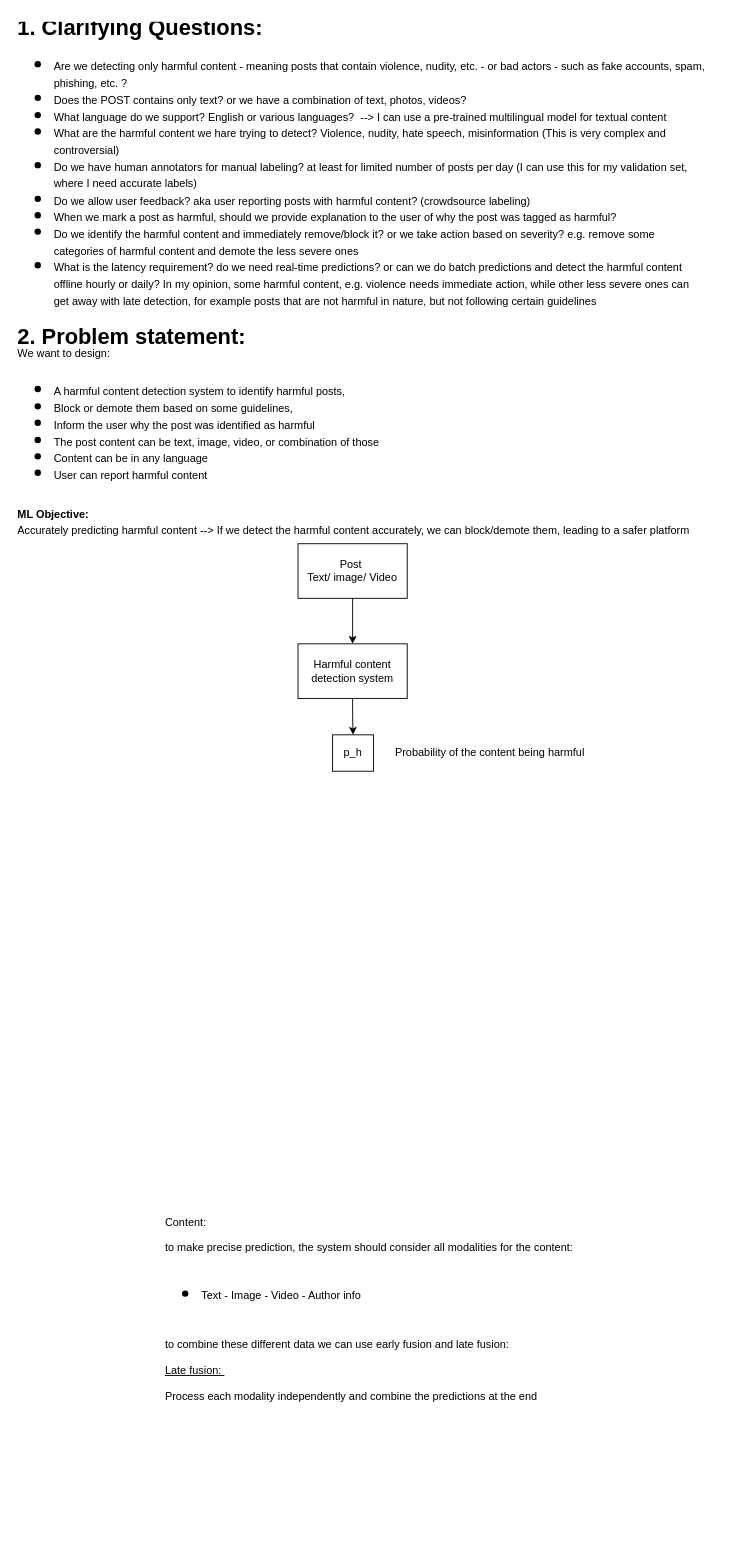
Before: Harmful_Content_Detection.drawio in SanazBehbahani/ML-System-Design, a draw.io diagram. Source tidied: cells renumbered, new cells numbered last; positions are measured from the earlier drawing's top-left corner, leaving out a move shared by most shapes. Both pictures are drawn from the tidied source at 91%, with x=0, y=0 at pixel (15, 15).
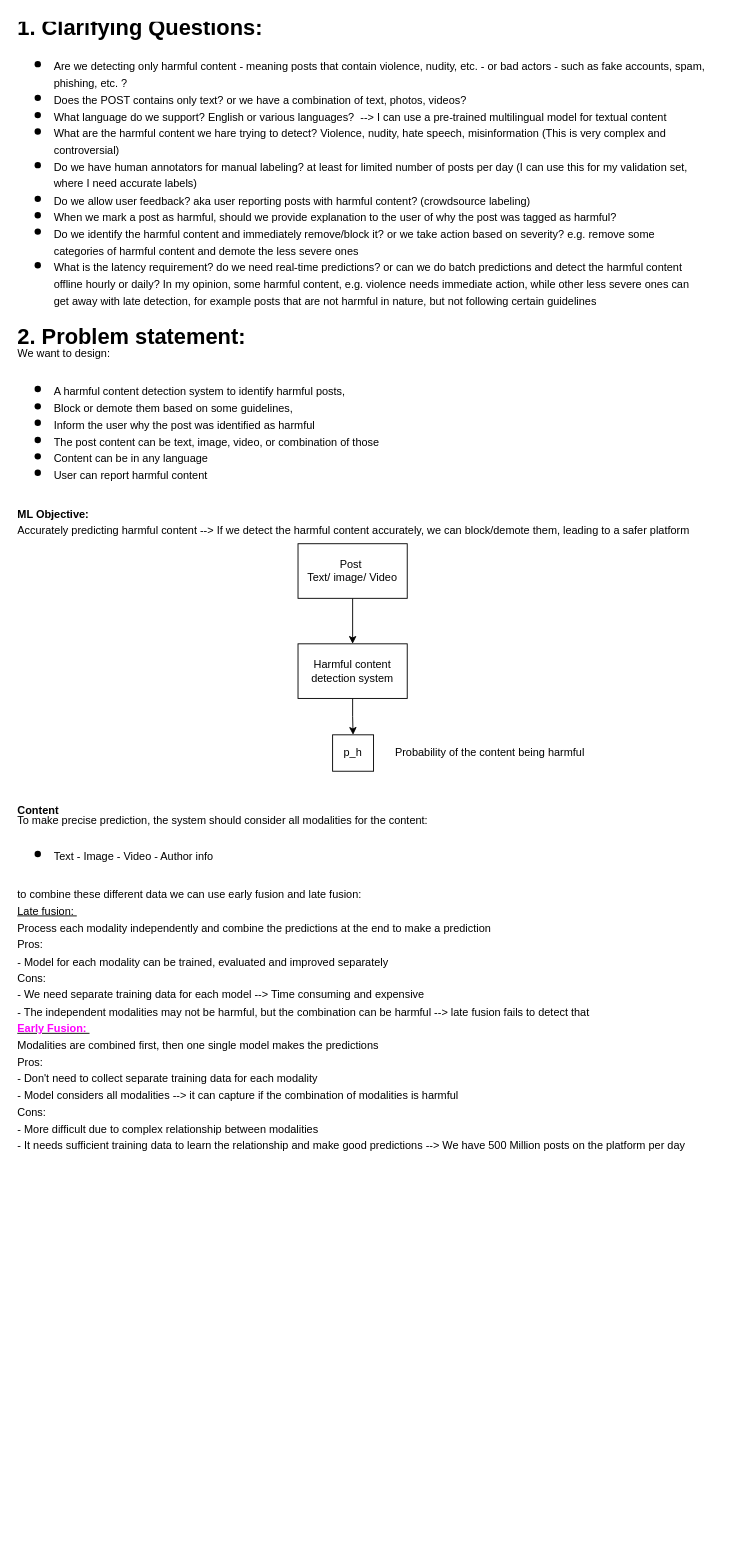
After the change.

Diff of the diagram source:
```diff
@@
 <mxGraphModel>
   <root>
     <mxCell id="0" />
     <mxCell id="1" parent="0" />
     <mxCell id="2" value="&lt;h1 style=&quot;margin-top: 0px; line-height: 60%;&quot;&gt;1. Clarifying Questions:&amp;nbsp;&lt;/h1&gt;&lt;h1 style=&quot;margin-top: 0px; line-height: 60%;&quot;&gt;&lt;ul style=&quot;line-height: 60%;&quot;&gt;&lt;li&gt;&lt;span style=&quot;font-size: 12px; font-weight: normal;&quot;&gt;Are we detecting only harmful content - meaning posts that contain&amp;nbsp;&lt;/span&gt;&lt;span style=&quot;font-size: 12px; font-weight: 400;&quot;&gt;violence, nudity, etc. - or bad actors - such as fake accounts, spam, phishing, etc. ?&lt;/span&gt;&lt;br&gt;&lt;/li&gt;&lt;li&gt;&lt;span style=&quot;font-size: 12px; font-weight: 400;&quot;&gt;Does the POST contains only text? or we have a combination of text, photos, videos?&amp;nbsp;&lt;/span&gt;&lt;/li&gt;&lt;li&gt;&lt;span style=&quot;font-size: 12px; font-weight: 400;&quot;&gt;What language do we support? English or various languages? &amp;nbsp;--&amp;gt; I can use a pre-trained multilingual model for textual content&lt;/span&gt;&lt;/li&gt;&lt;li&gt;&lt;span style=&quot;font-size: 12px; font-weight: 400;&quot;&gt;What are the harmful content we hare trying to detect? Violence, nudity, hate speech, misinformation (This is very complex and controversial)&lt;/span&gt;&lt;/li&gt;&lt;li&gt;&lt;span style=&quot;font-size: 12px; font-weight: 400;&quot;&gt;Do we have human annotators for manual labeling? at least for limited number of posts per day (I can use this for my validation set, where I need accurate labels)&lt;/span&gt;&lt;/li&gt;&lt;li&gt;&lt;span style=&quot;font-size: 12px; font-weight: 400;&quot;&gt;Do we allow user feedback? aka user reporting posts with harmful content? (crowdsource labeling)&lt;/span&gt;&lt;/li&gt;&lt;li&gt;&lt;span style=&quot;font-size: 12px; font-weight: 400;&quot;&gt;When we mark a post as harmful, should we provide explanation to the user of why the post was tagged as harmful?&amp;nbsp;&lt;/span&gt;&lt;/li&gt;&lt;li&gt;&lt;span style=&quot;font-size: 12px; font-weight: 400;&quot;&gt;Do we identify the harmful content and immediately remove/block it? or we take action based on severity? e.g. remove some categories of harmful content and demote the less severe ones&lt;/span&gt;&lt;/li&gt;&lt;li&gt;&lt;span style=&quot;font-size: 12px; font-weight: 400;&quot;&gt;What is the latency requirement? do we need real-time predictions? or can we do batch predictions and detect the harmful content offline hourly or daily? In my opinion, some harmful content, e.g. violence needs immediate action, while other less severe ones can get away with late detection, for example posts that are not harmful in nature, but not following certain guidelines&lt;/span&gt;&lt;/li&gt;&lt;/ul&gt;&lt;div style=&quot;line-height: 60%;&quot;&gt;2. Problem statement:&lt;/div&gt;&lt;div style=&quot;line-height: 60%;&quot;&gt;&lt;span style=&quot;font-size: 12px; font-weight: 400;&quot;&gt;We want to design:&lt;/span&gt;&lt;/div&gt;&lt;div style=&quot;line-height: 60%;&quot;&gt;&lt;ul style=&quot;line-height: 60%;&quot;&gt;&lt;li&gt;&lt;span style=&quot;font-size: 12px; font-weight: 400;&quot;&gt;A harmful content detection system to identify harmful posts,&amp;nbsp;&lt;/span&gt;&lt;/li&gt;&lt;li&gt;&lt;span style=&quot;font-size: 12px; font-weight: 400;&quot;&gt;Block or demote them based on some guidelines,&amp;nbsp;&lt;/span&gt;&lt;/li&gt;&lt;li&gt;&lt;span style=&quot;font-size: 12px; font-weight: 400;&quot;&gt;Inform the user why the post was identified as harmful&lt;/span&gt;&lt;br&gt;&lt;/li&gt;&lt;li&gt;&lt;span style=&quot;font-size: 12px; font-weight: 400;&quot;&gt;The post content can be text, image, video, or combination of those&lt;/span&gt;&lt;/li&gt;&lt;li&gt;&lt;span style=&quot;font-size: 12px; font-weight: 400;&quot;&gt;Content can be in any language&lt;/span&gt;&lt;/li&gt;&lt;li&gt;&lt;span style=&quot;font-size: 12px; font-weight: 400;&quot;&gt;User can report harmful content&lt;/span&gt;&lt;/li&gt;&lt;/ul&gt;&lt;div style=&quot;line-height: 60%;&quot;&gt;&lt;span style=&quot;font-size: 12px;&quot;&gt;ML Objective:&amp;nbsp;&lt;/span&gt;&lt;/div&gt;&lt;/div&gt;&lt;div style=&quot;line-height: 60%;&quot;&gt;&lt;span style=&quot;font-size: 12px; font-weight: 400;&quot;&gt;Accurately predicting harmful content --&amp;gt; If we detect the harmful content accurately, we can block/demote them, leading to a safer platform&lt;/span&gt;&lt;/div&gt;&lt;div style=&quot;line-height: 60%;&quot;&gt;&lt;span style=&quot;font-size: 12px; font-weight: 400;&quot;&gt;&lt;br&gt;&lt;/span&gt;&lt;/div&gt;&lt;div style=&quot;line-height: 60%;&quot;&gt;&lt;span style=&quot;font-size: 12px; font-weight: 400;&quot;&gt;&lt;br&gt;&lt;/span&gt;&lt;/div&gt;&lt;div style=&quot;line-height: 60%;&quot;&gt;&lt;span style=&quot;font-size: 12px; font-weight: 400;&quot;&gt;&lt;br&gt;&lt;/span&gt;&lt;/div&gt;&lt;div style=&quot;line-height: 60%;&quot;&gt;&lt;span style=&quot;font-size: 12px; font-weight: 400;&quot;&gt;&lt;br&gt;&lt;/span&gt;&lt;/div&gt;&lt;div style=&quot;line-height: 60%;&quot;&gt;&lt;span style=&quot;font-size: 12px; font-weight: 400;&quot;&gt;&lt;br&gt;&lt;/span&gt;&lt;/div&gt;&lt;div style=&quot;line-height: 60%;&quot;&gt;&lt;span style=&quot;font-size: 12px; font-weight: 400;&quot;&gt;&lt;br&gt;&lt;/span&gt;&lt;/div&gt;&lt;div style=&quot;line-height: 60%;&quot;&gt;&lt;span style=&quot;font-size: 12px; font-weight: 400;&quot;&gt;&lt;br&gt;&lt;/span&gt;&lt;/div&gt;&lt;div style=&quot;line-height: 60%;&quot;&gt;&lt;span style=&quot;font-size: 12px; font-weight: 400;&quot;&gt;&lt;br&gt;&lt;/span&gt;&lt;/div&gt;&lt;div style=&quot;line-height: 60%;&quot;&gt;&lt;span style=&quot;font-size: 12px; font-weight: 400;&quot;&gt;&lt;br&gt;&lt;/span&gt;&lt;/div&gt;&lt;div style=&quot;line-height: 60%;&quot;&gt;&lt;span style=&quot;font-size: 12px; font-weight: 400;&quot;&gt;&lt;br&gt;&lt;/span&gt;&lt;/div&gt;&lt;div style=&quot;line-height: 60%;&quot;&gt;&lt;br&gt;&lt;/div&gt;&lt;div style=&quot;line-height: 60%;&quot;&gt;&lt;div style=&quot;line-height: 60%;&quot;&gt;&lt;span style=&quot;font-size: 12px; font-weight: 400;&quot;&gt;&lt;br&gt;&lt;/span&gt;&lt;/div&gt;&lt;/div&gt;&lt;div style=&quot;line-height: 60%;&quot;&gt;&lt;span style=&quot;font-size: 12px; font-weight: 400;&quot;&gt;&lt;br&gt;&lt;/span&gt;&lt;/div&gt;&lt;/h1&gt;" style="text;html=1;whiteSpace=wrap;overflow=hidden;rounded=0;" parent="1" vertex="1">
       <mxGeometry width="760" height="590" as="geometry" />
     </mxCell>
-    <mxCell id="3" value="&lt;h1 style=&quot;margin-top: 0px;&quot;&gt;&lt;div style=&quot;text-align: left;&quot;&gt;&lt;span style=&quot;font-weight: normal;&quot;&gt;&lt;span style=&quot;font-size: 12px;&quot;&gt;Content&lt;/span&gt;&lt;span style=&quot;font-size: 12px;&quot;&gt;:&amp;nbsp;&lt;/span&gt;&lt;/span&gt;&lt;/div&gt;&lt;div style=&quot;text-align: left;&quot;&gt;&lt;span style=&quot;font-size: 12px; font-weight: normal;&quot;&gt;to make precise prediction, the system should consider all modalities for the content:&amp;nbsp;&lt;/span&gt;&lt;/div&gt;&lt;div&gt;&lt;ul&gt;&lt;li style=&quot;text-align: left;&quot;&gt;&lt;span style=&quot;font-size: 12px; font-weight: normal;&quot;&gt;Text - Image - Video - Author info&lt;/span&gt;&lt;/li&gt;&lt;/ul&gt;&lt;div style=&quot;text-align: left;&quot;&gt;&lt;span style=&quot;font-size: 12px; font-weight: normal;&quot;&gt;to combine these different data we can use early fusion and late fusion:&amp;nbsp;&lt;/span&gt;&lt;/div&gt;&lt;div style=&quot;text-align: left;&quot;&gt;&lt;span style=&quot;font-size: 12px; font-weight: normal;&quot;&gt;&lt;u&gt;Late fusion:&amp;nbsp;&lt;/u&gt;&lt;/span&gt;&lt;/div&gt;&lt;div style=&quot;text-align: left;&quot;&gt;&lt;span style=&quot;font-size: 12px; font-weight: normal;&quot;&gt;Process each modality independently and combine the predictions at the end&lt;/span&gt;&lt;/div&gt;&lt;/div&gt;&lt;div style=&quot;&quot;&gt;&lt;span style=&quot;font-size: 12px; font-weight: 400;&quot;&gt;&lt;br&gt;&lt;/span&gt;&lt;/div&gt;&lt;/h1&gt;" style="text;html=1;align=center;verticalAlign=middle;whiteSpace=wrap;rounded=0;" parent="1" vertex="1">
-      <mxGeometry x="10" y="1220" width="760" height="440" as="geometry" />
-    </mxCell>
     <mxCell id="4" style="group;" parent="1" vertex="1">
       <mxGeometry x="310" y="580" width="335" height="250" as="geometry" />
     </mxCell>
     <mxCell id="5" style="edgeStyle=orthogonalEdgeStyle;rounded=0;jettySize=auto;html=1;exitX=0.5;exitY=1;exitDx=0;exitDy=0;entryX=0.5;entryY=0;entryDx=0;entryDy=0;" parent="4" edge="1" source="6" target="8">
       <mxGeometry relative="1" as="geometry" />
     </mxCell>
     <mxCell id="6" value="Post&amp;nbsp;&lt;div&gt;Text/ image/ Video&lt;/div&gt;" style="rounded=0;whiteSpace=wrap;html=1;" parent="4" vertex="1">
       <mxGeometry width="120" height="60" as="geometry" />
     </mxCell>
     <mxCell id="7" style="edgeStyle=orthogonalEdgeStyle;rounded=0;jettySize=auto;html=1;exitX=0.5;exitY=1;exitDx=0;exitDy=0;entryX=0.5;entryY=0;entryDx=0;entryDy=0;" parent="4" edge="1" source="8" target="9">
       <mxGeometry relative="1" as="geometry" />
     </mxCell>
     <mxCell id="8" value="Harmful content detection system" style="rounded=0;whiteSpace=wrap;html=1;" parent="4" vertex="1">
       <mxGeometry y="110" width="120" height="60" as="geometry" />
     </mxCell>
     <mxCell id="9" value="p_h" style="rounded=0;whiteSpace=wrap;html=1;" parent="4" vertex="1">
       <mxGeometry x="38" y="210" width="45" height="40" as="geometry" />
     </mxCell>
     <mxCell id="10" value="Probability of the content being harmful&amp;nbsp;" style="text;html=1;align=left;verticalAlign=middle;whiteSpace=wrap;rounded=0;" parent="4" vertex="1">
       <mxGeometry x="105" y="215" width="230" height="30" as="geometry" />
     </mxCell>
+    <mxCell id="11" value="&lt;b&gt;Content&lt;/b&gt;&lt;div style=&quot;line-height: 60%;&quot;&gt;To make&amp;nbsp;precise prediction, the system should consider all modalities for the content:&amp;nbsp;&lt;/div&gt;&lt;h1 style=&quot;margin-top: 0px; line-height: 60%;&quot;&gt;&lt;div style=&quot;line-height: 60%;&quot;&gt;&lt;ul style=&quot;line-height: 60%;&quot;&gt;&lt;li style=&quot;text-align: left;&quot;&gt;&lt;span style=&quot;font-size: 12px; font-weight: normal;&quot;&gt;Text - Image - Video - Author info&lt;/span&gt;&lt;/li&gt;&lt;/ul&gt;&lt;div style=&quot;text-align: left; line-height: 60%;&quot;&gt;&lt;span style=&quot;font-size: 12px; font-weight: normal;&quot;&gt;to combine these different data we can use early fusion and late fusion:&amp;nbsp;&lt;/span&gt;&lt;/div&gt;&lt;div style=&quot;text-align: left; line-height: 60%;&quot;&gt;&lt;span style=&quot;font-size: 12px; font-weight: normal;&quot;&gt;&lt;u&gt;Late fusion:&amp;nbsp;&lt;/u&gt;&lt;/span&gt;&lt;/div&gt;&lt;div style=&quot;text-align: left; line-height: 60%;&quot;&gt;&lt;span style=&quot;font-size: 12px; font-weight: normal;&quot;&gt;Process each modality independently and combine the predictions at the end to make a prediction&lt;/span&gt;&lt;/div&gt;&lt;div style=&quot;text-align: left; line-height: 60%;&quot;&gt;&lt;span style=&quot;font-size: 12px; font-weight: normal;&quot;&gt;Pros:&lt;/span&gt;&lt;/div&gt;&lt;div style=&quot;line-height: 60%;&quot;&gt;&lt;span style=&quot;font-size: 12px; font-weight: 400;&quot;&gt;- Model for each modality can be trained, evaluated and improved&amp;nbsp;separately&lt;/span&gt;&lt;/div&gt;&lt;div style=&quot;line-height: 60%;&quot;&gt;&lt;span style=&quot;font-size: 12px; font-weight: 400;&quot;&gt;Cons:&lt;/span&gt;&lt;/div&gt;&lt;div style=&quot;line-height: 60%;&quot;&gt;&lt;span style=&quot;font-size: 12px; font-weight: 400;&quot;&gt;- We need separate training data for each model --&amp;gt; Time consuming and expensive&lt;/span&gt;&lt;/div&gt;&lt;div style=&quot;line-height: 60%;&quot;&gt;&lt;span style=&quot;font-size: 12px; font-weight: 400;&quot;&gt;- The independent modalities may not be harmful, but the combination can be harmful --&amp;gt; late fusion fails to detect that&lt;/span&gt;&lt;/div&gt;&lt;div style=&quot;line-height: 60%;&quot;&gt;&lt;span style=&quot;font-size: 12px;&quot;&gt;&lt;u&gt;&lt;font color=&quot;#ff00ff&quot;&gt;Early Fusion:&amp;nbsp;&lt;/font&gt;&lt;/u&gt;&lt;/span&gt;&lt;/div&gt;&lt;div style=&quot;line-height: 60%;&quot;&gt;&lt;span style=&quot;font-size: 12px; font-weight: 400;&quot;&gt;Modalities are combined first, then one single model makes the predictions&lt;/span&gt;&lt;/div&gt;&lt;div style=&quot;line-height: 60%;&quot;&gt;&lt;span style=&quot;font-size: 12px; font-weight: 400;&quot;&gt;Pros:&amp;nbsp;&lt;/span&gt;&lt;/div&gt;&lt;div style=&quot;line-height: 60%;&quot;&gt;&lt;span style=&quot;font-size: 12px; font-weight: 400;&quot;&gt;- Don't need to collect separate training data for each modality&lt;/span&gt;&lt;/div&gt;&lt;div style=&quot;line-height: 60%;&quot;&gt;&lt;span style=&quot;font-size: 12px; font-weight: 400;&quot;&gt;- Model considers all modalities --&amp;gt; it can capture if the combination of modalities is harmful&lt;/span&gt;&lt;/div&gt;&lt;div style=&quot;line-height: 60%;&quot;&gt;&lt;span style=&quot;font-size: 12px; font-weight: 400;&quot;&gt;Cons:&amp;nbsp;&lt;/span&gt;&lt;/div&gt;&lt;div style=&quot;line-height: 60%;&quot;&gt;&lt;span style=&quot;font-size: 12px; font-weight: 400;&quot;&gt;- More difficult due to complex relationship between modalities&lt;/span&gt;&lt;/div&gt;&lt;div style=&quot;line-height: 60%;&quot;&gt;&lt;span style=&quot;font-size: 12px; font-weight: 400;&quot;&gt;- It needs sufficient training data to learn the relationship and make good predictions --&amp;gt; We have 500 Million posts on the platform per day&lt;/span&gt;&lt;/div&gt;&lt;div style=&quot;text-align: center; line-height: 60%;&quot;&gt;&lt;span style=&quot;font-size: 12px; font-weight: 400;&quot;&gt;&lt;br&gt;&lt;/span&gt;&lt;/div&gt;&lt;div style=&quot;text-align: left; line-height: 60%;&quot;&gt;&lt;span style=&quot;font-size: 12px; font-weight: 400;&quot;&gt;&lt;br&gt;&lt;/span&gt;&lt;/div&gt;&lt;/div&gt;&lt;div style=&quot;line-height: 60%;&quot;&gt;&lt;span style=&quot;font-size: 12px; font-weight: normal;&quot;&gt;&lt;br&gt;&lt;/span&gt;&lt;/div&gt;&lt;/h1&gt;" style="text;html=1;align=left;verticalAlign=top;whiteSpace=wrap;rounded=0;" parent="1" vertex="1">
+      <mxGeometry y="860" width="761" height="510" as="geometry" />
+    </mxCell>
   </root>
 </mxGraphModel>
```
